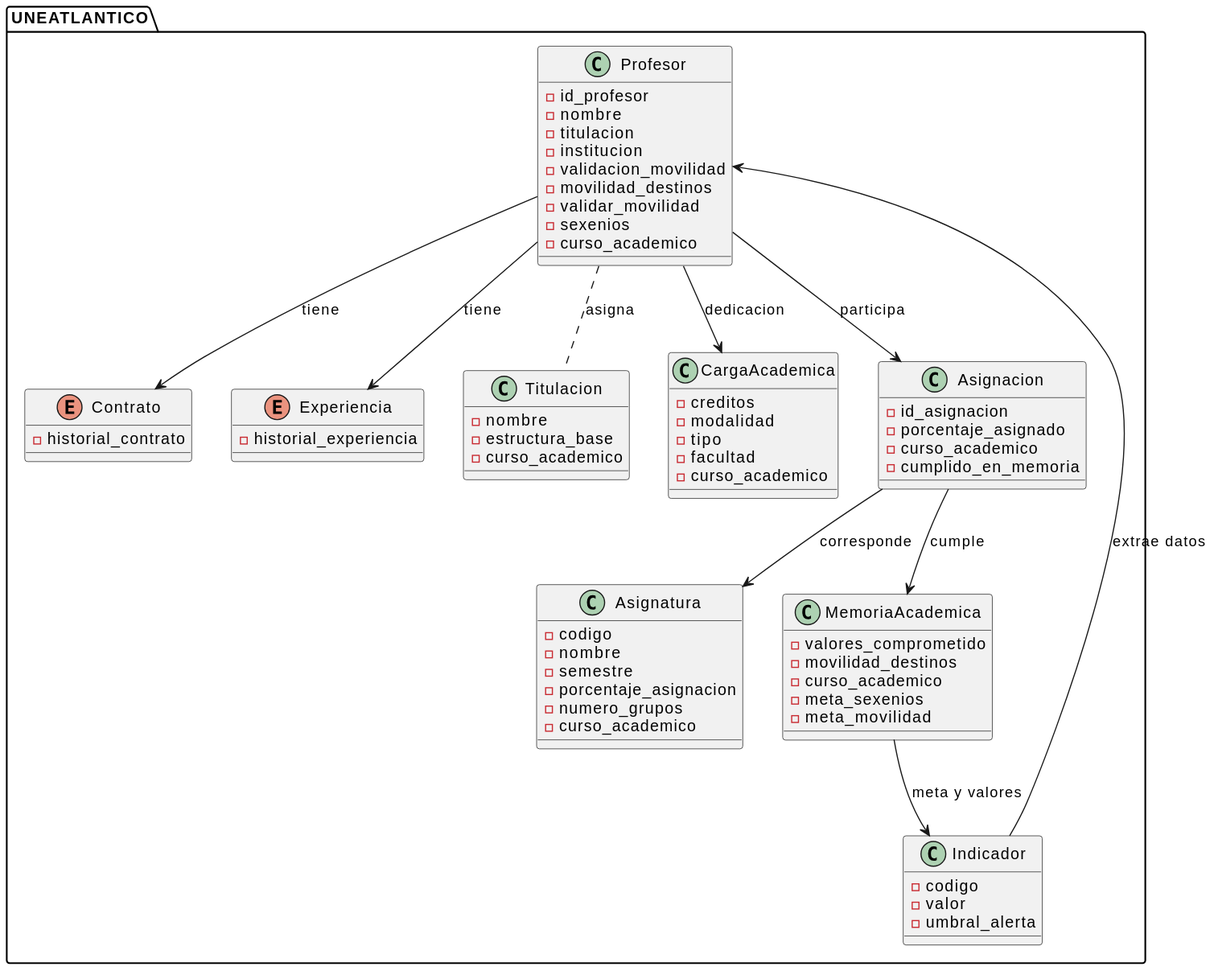
mmasias/24-25-IdSw1-SDR keeps this PlantUML diagram as images/modelosUML/MdD/diagramaDeClases.svg. Above is the earlier version.
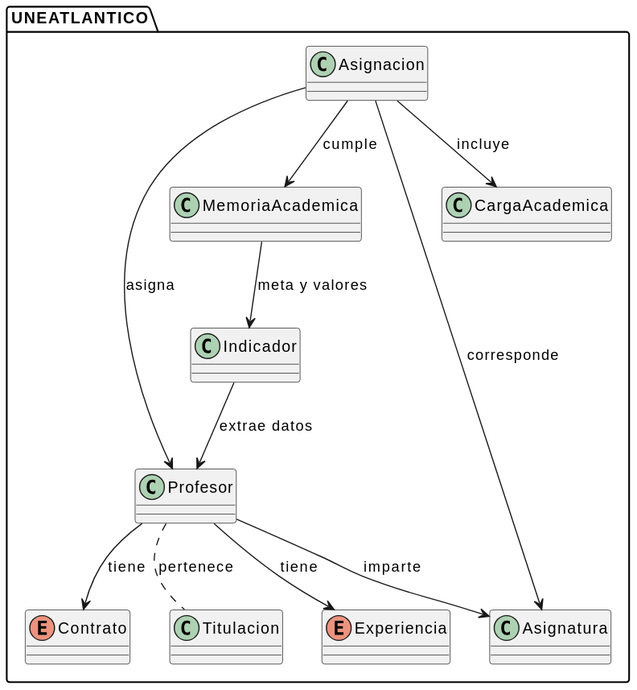
Above is the later version.

Commit message:
Ajuste de los diagramas de clase y objetos

Change to the diagram source:
```diff
@@ -1,77 +1,42 @@
 @startuml
 package "UNEATLANTICO" {
     class Profesor {
-        - id_profesor
-        - nombre
-        - titulacion
-        - institucion
-        - validacion_movilidad
-        - movilidad_destinos
-        - validar_movilidad
-        - sexenios
-        - curso_academico
     }
 
     enum Contrato {
-      - historial_contrato
+    }
 
-    }
     enum Experiencia {
-      - historial_experiencia
     }
 
     class Asignatura {
-        - codigo
-        - nombre
-        - semestre
-        - porcentaje_asignacion
-        - numero_grupos
-        - curso_academico
     }
 
     class Titulacion {
-        - nombre
-        - estructura_base
-        - curso_academico
     }
 
     class MemoriaAcademica {
-        - valores_comprometido
-        - movilidad_destinos
-        - curso_academico
-        - meta_sexenios
-        - meta_movilidad
     }
 
     class Indicador {
-        - codigo
-        - valor
-        - umbral_alerta
     }
 
     class CargaAcademica {
-        - creditos
-        - modalidad
-        - tipo
-        - facultad
-        - curso_academico
     }
 
     class Asignacion {
-        - id_asignacion
-        - porcentaje_asignado
-        - curso_academico
-        - cumplido_en_memoria
     }
 
+
+    Asignacion --> Profesor : asigna
+    Asignacion --> Asignatura : corresponde
+    Asignacion --> MemoriaAcademica : cumple
+    Asignacion --> CargaAcademica : incluye
+    MemoriaAcademica --> Indicador : meta y valores
+    Indicador --> Profesor : extrae datos
     Profesor --> Contrato : tiene
     Profesor --> Experiencia : tiene
-    Profesor --> CargaAcademica : dedicacion
-    Profesor --> Asignacion : participa
-    Profesor .. Titulacion : asigna
-    Asignacion --> Asignatura : corresponde
-    Asignacion --> MemoriaAcademica : cumple
-    MemoriaAcademica --> Indicador : meta y valores
-    Indicador --> Profesor : extrae datos
+    Profesor --> Asignatura: imparte
+    Profesor .. Titulacion : pertenece
 }
 @enduml
```
